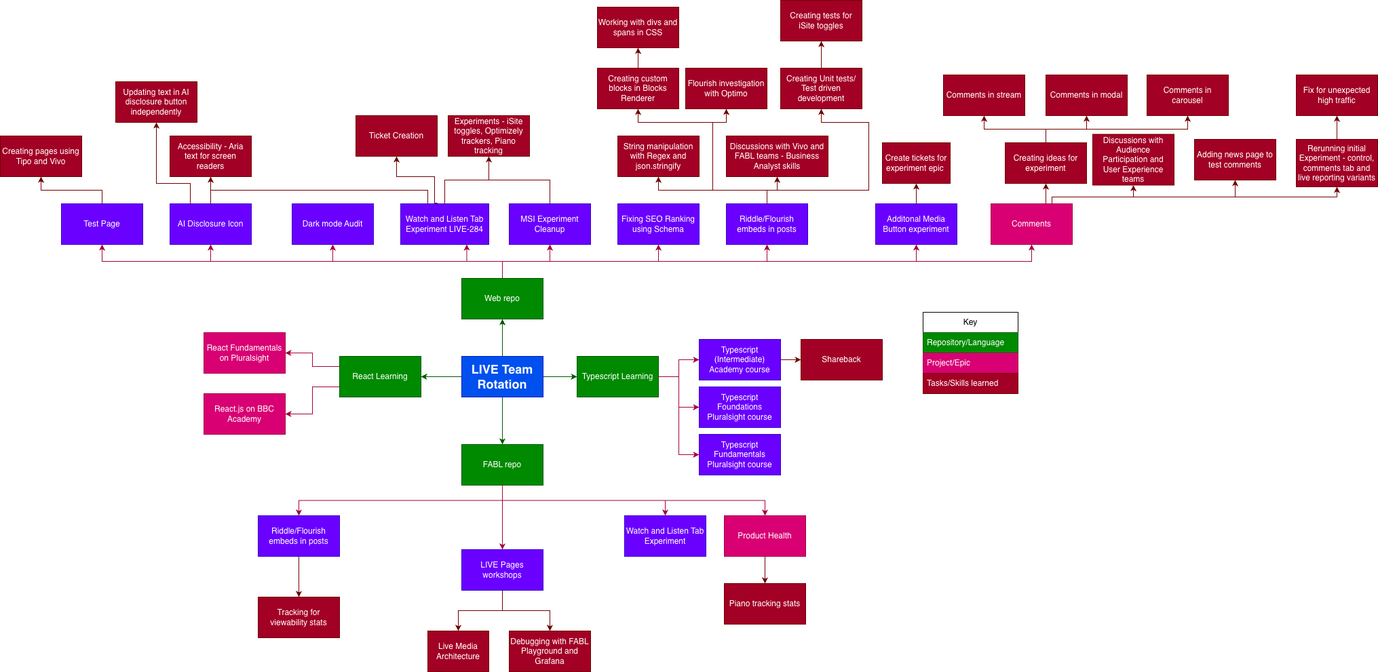
Earlier version of the draw.io export LIVE Mindmap.drawio.png (HalimahH-BBC/Mindmap). Source tidied: cells renumbered, new cells last; positions are measured from the earlier drawing's top-left corner, leaving out a move shared by most shapes.
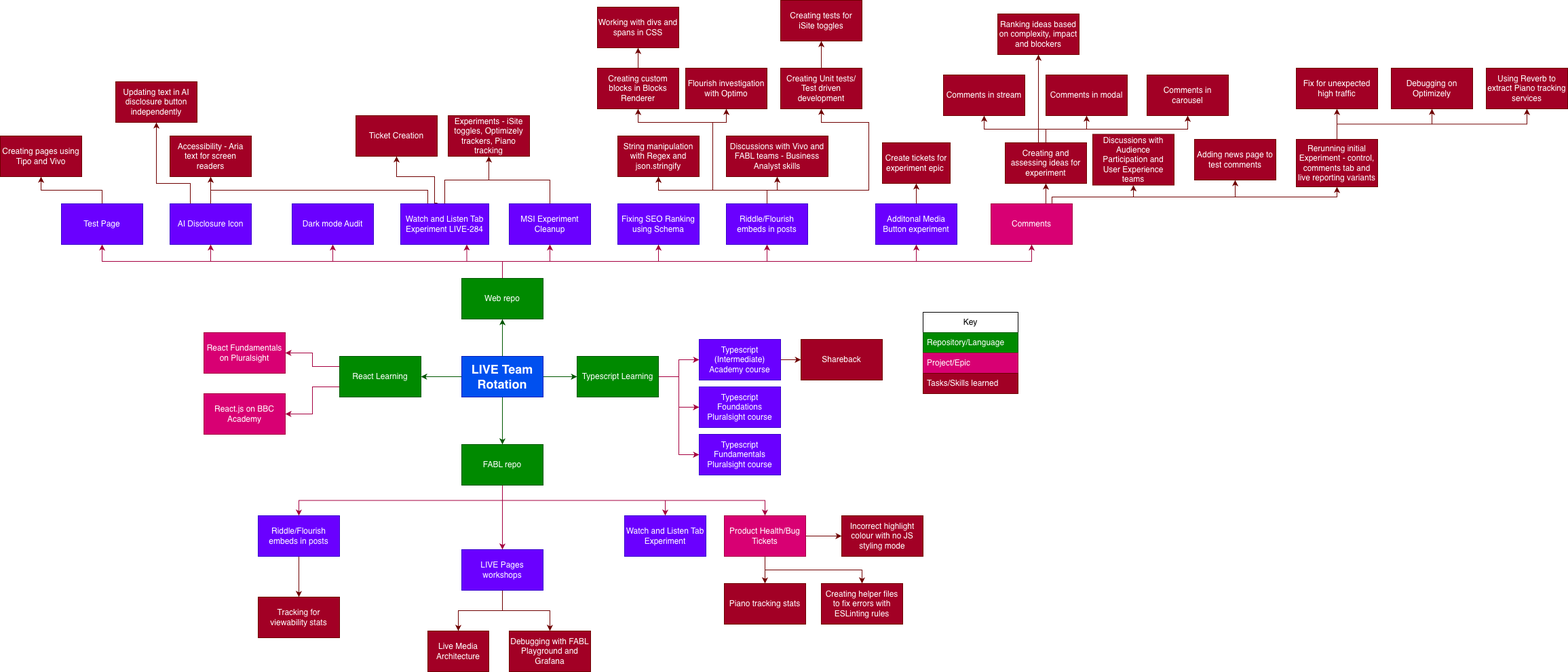
Above is the later version.

Diff of the diagram source:
```diff
@@ -330,7 +330,14 @@
     <mxCell id="90" style="edgeStyle=orthogonalEdgeStyle;rounded=0;jettySize=auto;html=1;exitX=0.5;exitY=0;exitDx=0;exitDy=0;entryX=0.5;entryY=1;entryDx=0;entryDy=0;fillColor=#a20025;strokeColor=#6F0000;" parent="1" edge="1" source="91" target="94">
       <mxGeometry relative="1" as="geometry" />
     </mxCell>
+    <mxCell id="105" style="edgeStyle=orthogonalEdgeStyle;rounded=0;jettySize=auto;html=1;exitX=0.5;exitY=0;exitDx=0;exitDy=0;entryX=0.5;entryY=1;entryDx=0;entryDy=0;fillColor=#a20025;strokeColor=#6F0000;" parent="1" edge="1" source="91" target="113">
+      <mxGeometry relative="1" as="geometry">
+        <Array as="points">
+          <mxPoint x="1530" y="210" />
+        </Array>
+      </mxGeometry>
+    </mxCell>
-    <mxCell id="91" value="Creating ideas for experiment" style="rounded=0;whiteSpace=wrap;html=1;fillColor=#a20025;fontColor=#ffffff;strokeColor=#6F0000;" parent="1" vertex="1">
+    <mxCell id="91" value="Creating and assessing ideas for experiment" style="rounded=0;whiteSpace=wrap;html=1;fillColor=#a20025;fontColor=#ffffff;strokeColor=#6F0000;" parent="1" vertex="1">
       <mxGeometry x="1481" y="210" width="120" height="60" as="geometry" />
     </mxCell>
     <mxCell id="92" value="Comments in stream" style="rounded=0;whiteSpace=wrap;html=1;fillColor=#a20025;fontColor=#ffffff;strokeColor=#6F0000;" parent="1" vertex="1">
@@ -345,13 +352,25 @@
     <mxCell id="95" style="edgeStyle=orthogonalEdgeStyle;rounded=0;jettySize=auto;html=1;exitX=0.5;exitY=0;exitDx=0;exitDy=0;entryX=0.5;entryY=1;entryDx=0;entryDy=0;fillColor=#a20025;strokeColor=#6F0000;" parent="1" edge="1" source="96" target="104">
       <mxGeometry relative="1" as="geometry" />
     </mxCell>
+    <mxCell id="106" style="edgeStyle=orthogonalEdgeStyle;rounded=0;jettySize=auto;html=1;exitX=0.5;exitY=0;exitDx=0;exitDy=0;entryX=0.5;entryY=1;entryDx=0;entryDy=0;fillColor=#a20025;strokeColor=#6F0000;" parent="1" edge="1" source="96" target="110">
+      <mxGeometry relative="1" as="geometry" />
+    </mxCell>
+    <mxCell id="107" style="edgeStyle=orthogonalEdgeStyle;rounded=0;jettySize=auto;html=1;exitX=0.5;exitY=0;exitDx=0;exitDy=0;entryX=0.5;entryY=1;entryDx=0;entryDy=0;fillColor=#a20025;strokeColor=#6F0000;" parent="1" edge="1" source="96" target="111">
+      <mxGeometry relative="1" as="geometry" />
+    </mxCell>
     <mxCell id="96" value="Rerunning initial Experiment - control, comments tab and live reporting variants" style="rounded=0;whiteSpace=wrap;html=1;fillColor=#a20025;strokeColor=#6F0000;fontColor=#ffffff;" parent="1" vertex="1">
       <mxGeometry x="1910" y="205" width="120" height="70" as="geometry" />
     </mxCell>
     <mxCell id="97" style="edgeStyle=orthogonalEdgeStyle;rounded=0;jettySize=auto;html=1;exitX=0.5;exitY=1;exitDx=0;exitDy=0;entryX=0.5;entryY=0;entryDx=0;entryDy=0;fillColor=#a20025;strokeColor=#6F0000;" parent="1" edge="1" source="98" target="101">
       <mxGeometry relative="1" as="geometry" />
     </mxCell>
+    <mxCell id="108" style="edgeStyle=orthogonalEdgeStyle;rounded=0;jettySize=auto;html=1;exitX=0.5;exitY=1;exitDx=0;exitDy=0;entryX=0.5;entryY=0;entryDx=0;entryDy=0;fillColor=#a20025;strokeColor=#6F0000;" parent="1" edge="1" source="98" target="112">
+      <mxGeometry relative="1" as="geometry" />
+    </mxCell>
+    <mxCell id="109" style="edgeStyle=orthogonalEdgeStyle;rounded=0;jettySize=auto;html=1;exitX=1;exitY=0.5;exitDx=0;exitDy=0;fillColor=#a20025;strokeColor=#6F0000;" parent="1" edge="1" source="98" target="114">
+      <mxGeometry relative="1" as="geometry" />
+    </mxCell>
-    <mxCell id="98" value="Product Health" style="rounded=0;whiteSpace=wrap;html=1;fillColor=#d80073;fontColor=#ffffff;strokeColor=#A50040;" parent="1" vertex="1">
+    <mxCell id="98" value="Product Health/Bug Tickets" style="rounded=0;whiteSpace=wrap;html=1;fillColor=#d80073;fontColor=#ffffff;strokeColor=#A50040;" parent="1" vertex="1">
       <mxGeometry x="1067" y="760" width="120" height="60" as="geometry" />
     </mxCell>
     <mxCell id="99" value="React Fundamentals on Pluralsight" style="rounded=0;whiteSpace=wrap;html=1;fillColor=#d80073;fontColor=#ffffff;strokeColor=#A50040;" parent="1" vertex="1">
@@ -370,7 +389,22 @@
       <mxGeometry x="1760" y="205" width="120" height="60" as="geometry" />
     </mxCell>
     <mxCell id="104" value="Fix for unexpected high traffic" style="rounded=0;whiteSpace=wrap;html=1;fillColor=#a20025;fontColor=#ffffff;strokeColor=#6F0000;" parent="1" vertex="1">
-      <mxGeometry x="1910" y="110" width="120" height="60" as="geometry" />
+      <mxGeometry x="1910" y="100" width="120" height="60" as="geometry" />
     </mxCell>
+    <mxCell id="110" value="Debugging on Optimizely" style="rounded=0;whiteSpace=wrap;html=1;fillColor=#a20025;fontColor=#ffffff;strokeColor=#6F0000;" parent="1" vertex="1">
+      <mxGeometry x="2050" y="100" width="120" height="60" as="geometry" />
+    </mxCell>
+    <mxCell id="111" value="Using Reverb to extract Piano tracking services" style="rounded=0;whiteSpace=wrap;html=1;fillColor=#a20025;fontColor=#ffffff;strokeColor=#6F0000;" parent="1" vertex="1">
+      <mxGeometry x="2190" y="100" width="120" height="60" as="geometry" />
+    </mxCell>
+    <mxCell id="112" value="Creating helper files to fix errors with ESLinting rules" style="rounded=0;whiteSpace=wrap;html=1;fillColor=#a20025;fontColor=#ffffff;strokeColor=#6F0000;" parent="1" vertex="1">
+      <mxGeometry x="1210" y="860" width="120" height="60" as="geometry" />
+    </mxCell>
+    <mxCell id="113" value="Ranking ideas based on complexity, impact and blockers" style="rounded=0;whiteSpace=wrap;html=1;fillColor=#a20025;fontColor=#ffffff;strokeColor=#6F0000;" parent="1" vertex="1">
+      <mxGeometry x="1470" y="20" width="120" height="60" as="geometry" />
+    </mxCell>
+    <mxCell id="114" value="Incorrect highlight colour with no JS styling mode" style="rounded=0;whiteSpace=wrap;html=1;fillColor=#a20025;fontColor=#ffffff;strokeColor=#6F0000;" parent="1" vertex="1">
+      <mxGeometry x="1240" y="760" width="120" height="60" as="geometry" />
+    </mxCell>
   </root>
 </mxGraphModel>
```
